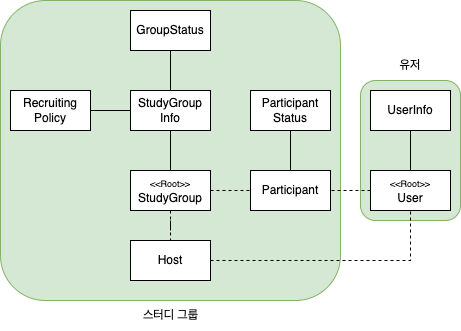
Earlier version of the draw.io export docs/images/1차_다이어그램.png (iamwotjr99/group-study). Source tidied: cells renumbered, new cells last; positions are measured from the earlier drawing's top-left corner, leaving out a move shared by most shapes.
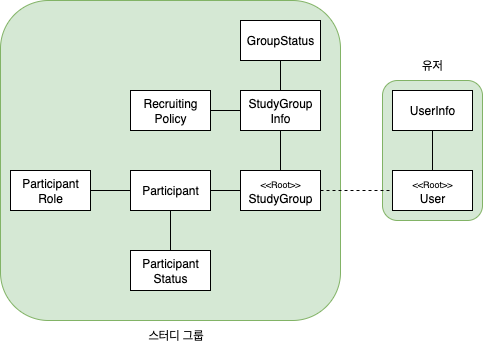
After the commit.

Commit message:
MOD: 요구 사항 수정, Participant 필드명 수정

Diff of the diagram source:
```diff
@@ -3,22 +3,22 @@
     <mxCell id="0" />
     <mxCell id="1" parent="0" />
     <mxCell id="2" style="rounded=1;whiteSpace=wrap;html=1;fillColor=#d5e8d4;strokeColor=#82b366;" parent="1" vertex="1">
-      <mxGeometry x="360" y="80" width="100" height="140" as="geometry" />
+      <mxGeometry x="312" y="80" width="100" height="140" as="geometry" />
     </mxCell>
     <mxCell id="3" style="rounded=1;whiteSpace=wrap;html=1;fillColor=#d5e8d4;strokeColor=#82b366;" parent="1" vertex="1">
-      <mxGeometry width="340" height="300" as="geometry" />
+      <mxGeometry x="-70" width="340" height="320" as="geometry" />
     </mxCell>
     <mxCell id="4" style="edgeStyle=orthogonalEdgeStyle;rounded=0;jettySize=auto;html=1;endArrow=none;startFill=0;" parent="1" edge="1" source="7" target="10">
       <mxGeometry relative="1" as="geometry" />
     </mxCell>
+    <mxCell id="24" style="edgeStyle=orthogonalEdgeStyle;rounded=0;jettySize=auto;html=1;endArrow=none;endFill=0;dashed=1;" parent="1" edge="1" source="7" target="15">
+      <mxGeometry relative="1" as="geometry" />
+    </mxCell>
-    <mxCell id="5" style="edgeStyle=orthogonalEdgeStyle;rounded=0;jettySize=auto;html=1;endArrow=none;startFill=0;dashed=1;" parent="1" edge="1" source="7" target="17">
+    <mxCell id="5" style="edgeStyle=orthogonalEdgeStyle;rounded=0;jettySize=auto;html=1;endArrow=none;endFill=0;" parent="1" edge="1" source="7" target="17">
       <mxGeometry relative="1" as="geometry" />
     </mxCell>
-    <mxCell id="6" style="edgeStyle=orthogonalEdgeStyle;rounded=0;jettySize=auto;html=1;endArrow=none;startFill=0;dashed=1;" parent="1" edge="1" source="7" target="19">
-      <mxGeometry relative="1" as="geometry" />
-    </mxCell>
     <mxCell id="7" value="&lt;div&gt;&lt;font style=&quot;font-size: 9px;&quot;&gt;&amp;lt;&amp;lt;Root&amp;gt;&amp;gt;&lt;/font&gt;&lt;/div&gt;StudyGroup" style="rounded=0;whiteSpace=wrap;html=1;" parent="1" vertex="1">
-      <mxGeometry x="130" y="170" width="80" height="40" as="geometry" />
+      <mxGeometry x="170" y="170" width="80" height="40" as="geometry" />
     </mxCell>
     <mxCell id="8" style="edgeStyle=orthogonalEdgeStyle;rounded=0;jettySize=auto;html=1;endArrow=none;startFill=0;" parent="1" edge="1" source="10" target="20">
       <mxGeometry relative="1" as="geometry" />
@@ -27,46 +27,43 @@
       <mxGeometry relative="1" as="geometry" />
     </mxCell>
     <mxCell id="10" value="StudyGroup&lt;div&gt;Info&lt;/div&gt;" style="rounded=0;whiteSpace=wrap;html=1;" parent="1" vertex="1">
-      <mxGeometry x="130" y="90" width="80" height="40" as="geometry" />
+      <mxGeometry x="170" y="90" width="80" height="40" as="geometry" />
     </mxCell>
-    <mxCell id="11" style="edgeStyle=orthogonalEdgeStyle;rounded=0;jettySize=auto;html=1;endArrow=none;startFill=0;" parent="1" edge="1" source="12" target="17">
-      <mxGeometry relative="1" as="geometry" />
-    </mxCell>
     <mxCell id="12" value="Participant&lt;div&gt;Status&lt;/div&gt;" style="rounded=0;whiteSpace=wrap;html=1;" parent="1" vertex="1">
-      <mxGeometry x="250" y="90" width="80" height="40" as="geometry" />
+      <mxGeometry x="60" y="250" width="80" height="40" as="geometry" />
     </mxCell>
     <mxCell id="13" style="edgeStyle=orthogonalEdgeStyle;rounded=0;jettySize=auto;html=1;endArrow=none;startFill=0;" parent="1" edge="1" source="15" target="16">
       <mxGeometry relative="1" as="geometry" />
     </mxCell>
-    <mxCell id="14" style="edgeStyle=orthogonalEdgeStyle;rounded=0;jettySize=auto;html=1;endArrow=none;startFill=0;dashed=1;" parent="1" edge="1" source="15" target="17">
-      <mxGeometry relative="1" as="geometry" />
-    </mxCell>
     <mxCell id="15" value="&lt;div&gt;&lt;font style=&quot;font-size: 9px;&quot;&gt;&amp;lt;&amp;lt;Root&amp;gt;&amp;gt;&lt;/font&gt;&lt;/div&gt;User" style="rounded=0;whiteSpace=wrap;html=1;" parent="1" vertex="1">
-      <mxGeometry x="370" y="170" width="80" height="40" as="geometry" />
+      <mxGeometry x="322" y="170" width="80" height="40" as="geometry" />
     </mxCell>
     <mxCell id="16" value="UserInfo" style="rounded=0;whiteSpace=wrap;html=1;" parent="1" vertex="1">
-      <mxGeometry x="370" y="90" width="80" height="40" as="geometry" />
+      <mxGeometry x="322" y="90" width="80" height="40" as="geometry" />
     </mxCell>
+    <mxCell id="25" style="edgeStyle=orthogonalEdgeStyle;rounded=0;jettySize=auto;html=1;endArrow=none;endFill=0;" parent="1" edge="1" source="17" target="12">
+      <mxGeometry relative="1" as="geometry" />
+    </mxCell>
+    <mxCell id="26" style="edgeStyle=orthogonalEdgeStyle;rounded=0;jettySize=auto;html=1;endArrow=none;endFill=0;" parent="1" edge="1" source="17" target="27">
+      <mxGeometry relative="1" as="geometry" />
+    </mxCell>
     <mxCell id="17" value="Participant" style="rounded=0;whiteSpace=wrap;html=1;" parent="1" vertex="1">
-      <mxGeometry x="250" y="170" width="80" height="40" as="geometry" />
+      <mxGeometry x="60" y="170" width="80" height="40" as="geometry" />
     </mxCell>
-    <mxCell id="18" style="edgeStyle=orthogonalEdgeStyle;rounded=0;jettySize=auto;html=1;entryX=0.5;entryY=1;entryDx=0;entryDy=0;endArrow=none;startFill=0;dashed=1;" parent="1" edge="1" source="19" target="15">
-      <mxGeometry relative="1" as="geometry" />
-    </mxCell>
-    <mxCell id="19" value="Host" style="rounded=0;whiteSpace=wrap;html=1;" parent="1" vertex="1">
-      <mxGeometry x="130" y="240" width="80" height="40" as="geometry" />
-    </mxCell>
     <mxCell id="20" value="GroupStatus" style="rounded=0;whiteSpace=wrap;html=1;" parent="1" vertex="1">
-      <mxGeometry x="130" y="10" width="80" height="40" as="geometry" />
+      <mxGeometry x="170" y="20" width="80" height="40" as="geometry" />
     </mxCell>
     <mxCell id="21" value="Recruiting&lt;div&gt;Policy&lt;/div&gt;" style="rounded=0;whiteSpace=wrap;html=1;" parent="1" vertex="1">
-      <mxGeometry x="10" y="90" width="80" height="40" as="geometry" />
+      <mxGeometry x="60" y="90" width="80" height="40" as="geometry" />
     </mxCell>
     <mxCell id="22" value="스터디 그룹" style="text;html=1;align=center;verticalAlign=middle;strokeColor=none;fillColor=none;" parent="1" vertex="1">
-      <mxGeometry x="130" y="300" width="80" height="30" as="geometry" />
+      <mxGeometry x="65" y="320" width="80" height="30" as="geometry" />
     </mxCell>
     <mxCell id="23" value="유저" style="text;html=1;align=center;verticalAlign=middle;whiteSpace=wrap;rounded=0;" parent="1" vertex="1">
-      <mxGeometry x="380" y="50" width="60" height="30" as="geometry" />
+      <mxGeometry x="332" y="50" width="60" height="30" as="geometry" />
     </mxCell>
+    <mxCell id="27" value="Participant&lt;div&gt;Role&lt;/div&gt;" style="rounded=0;whiteSpace=wrap;html=1;" parent="1" vertex="1">
+      <mxGeometry x="-60" y="170" width="80" height="40" as="geometry" />
+    </mxCell>
   </root>
 </mxGraphModel>
```
